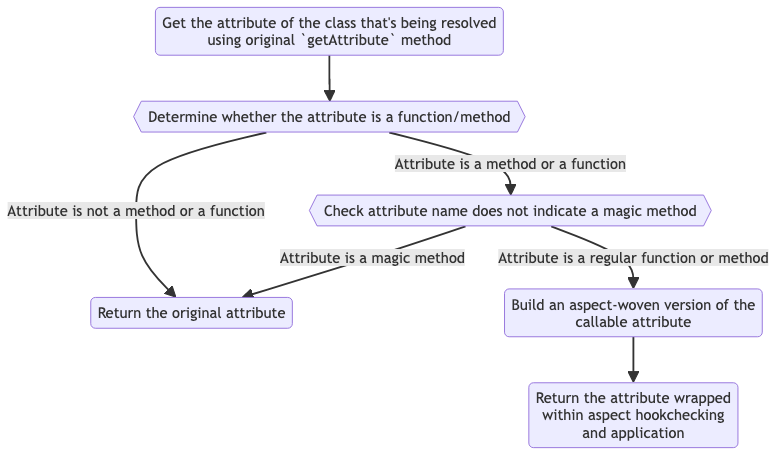
Earlier version of the Mermaid export 30_prior_work/diagrams/replacement_getattr.png (probablytom/Thesis). Its source is kept beside it as 30_prior_work/diagrams/replacement_getattr.mmd. Its diagram source:
```mermaid
flowchart TD
    getattr(Get the attribute of the class that's being resolved\nusing original `getAttribute` method)
    determineType{{Determine whether the attribute is a function/method}}
    notCallable(Return the original attribute)
    ensureNotMagicMethod{{Check attribute name does not indicate a magic method}}
    callableAttr(Build an aspect-woven version of the\ncallable attribute)
    returnWrappedAttr(Return the attribute wrapped\nwithin aspect hookchecking\nand application)

    getattr-->determineType
    determineType-->|Attribute is not a method or a function|notCallable
    determineType-->|Attribute is a method or a function|ensureNotMagicMethod
    ensureNotMagicMethod-->|Attribute is a magic method|notCallable
    ensureNotMagicMethod-->|Attribute is a regular function or method|callableAttr
    callableAttr-->returnWrappedAttr
```
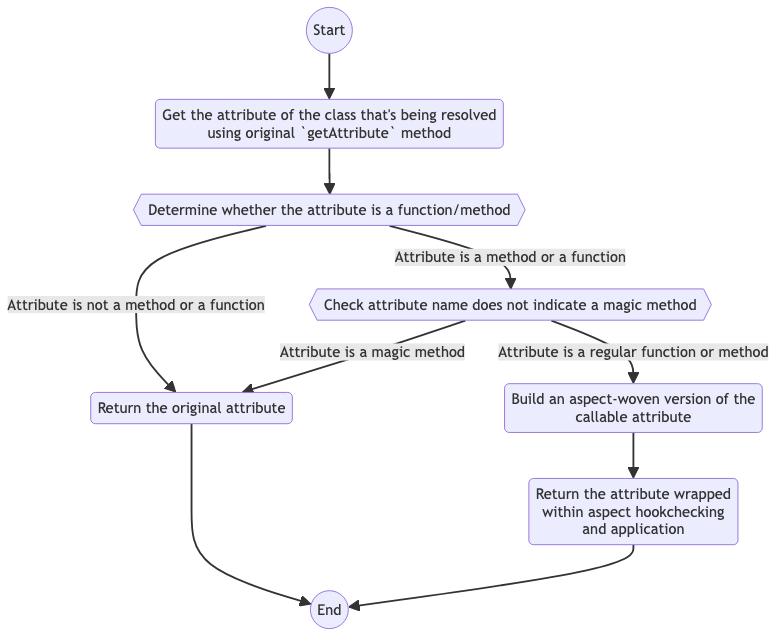
After the commit.

Change to the diagram source:
```diff
@@ -1,10 +1,12 @@
 flowchart TD
+    start((Start))
     getattr(Get the attribute of the class that's being resolved\nusing original `getAttribute` method)
     determineType{{Determine whether the attribute is a function/method}}
     notCallable(Return the original attribute)
     ensureNotMagicMethod{{Check attribute name does not indicate a magic method}}
     callableAttr(Build an aspect-woven version of the\ncallable attribute)
     returnWrappedAttr(Return the attribute wrapped\nwithin aspect hookchecking\nand application)
+    endProc((End))
 
     getattr-->determineType
     determineType-->|Attribute is not a method or a function|notCallable
@@ -12,3 +14,7 @@
     ensureNotMagicMethod-->|Attribute is a magic method|notCallable
     ensureNotMagicMethod-->|Attribute is a regular function or method|callableAttr
     callableAttr-->returnWrappedAttr
+
+    start-->getattr
+    notCallable-->endProc
+    returnWrappedAttr-->endProc
```
